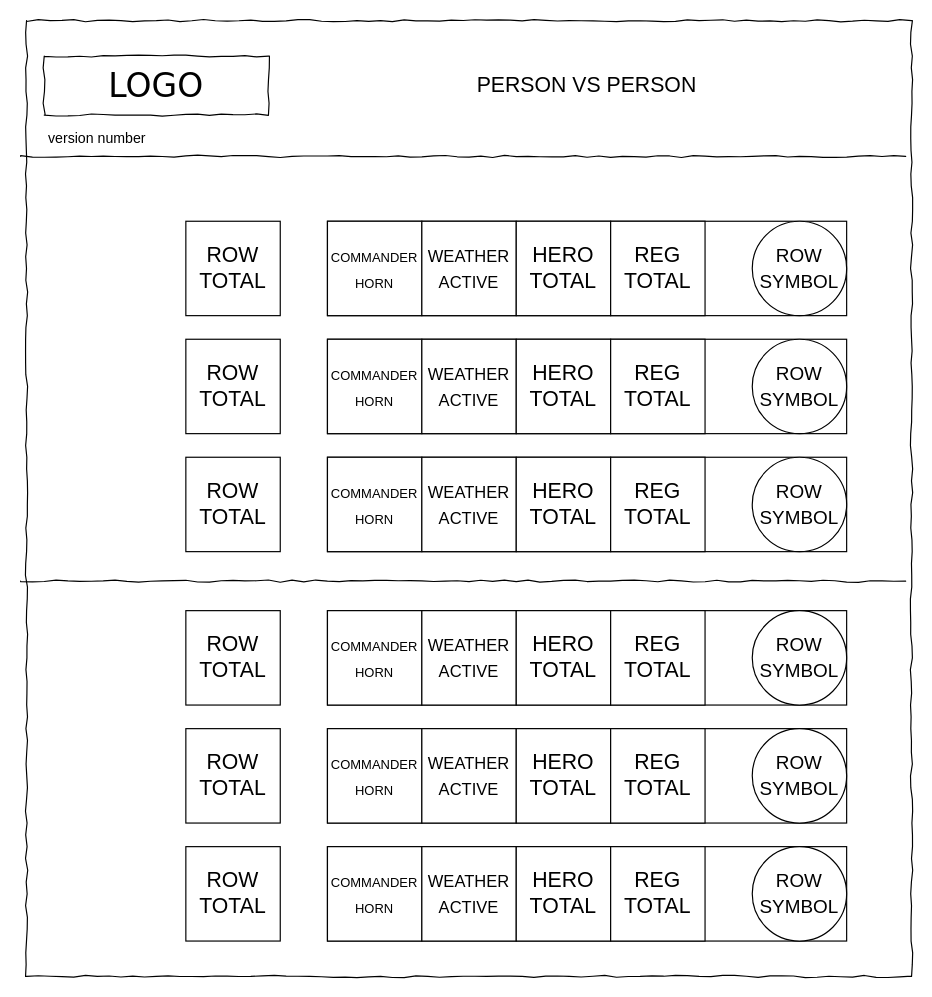
This is MainPageWireframe.drawio from josh-whitfield/GwentTracker, a draw.io file, before an edit. Source tidied: cells renumbered, new cells numbered last; positions are measured from the earlier drawing's top-left corner, leaving out a move shared by most shapes. Both pictures are drawn from the tidied source at 118%, with x=0, y=0 at pixel (20, 20).
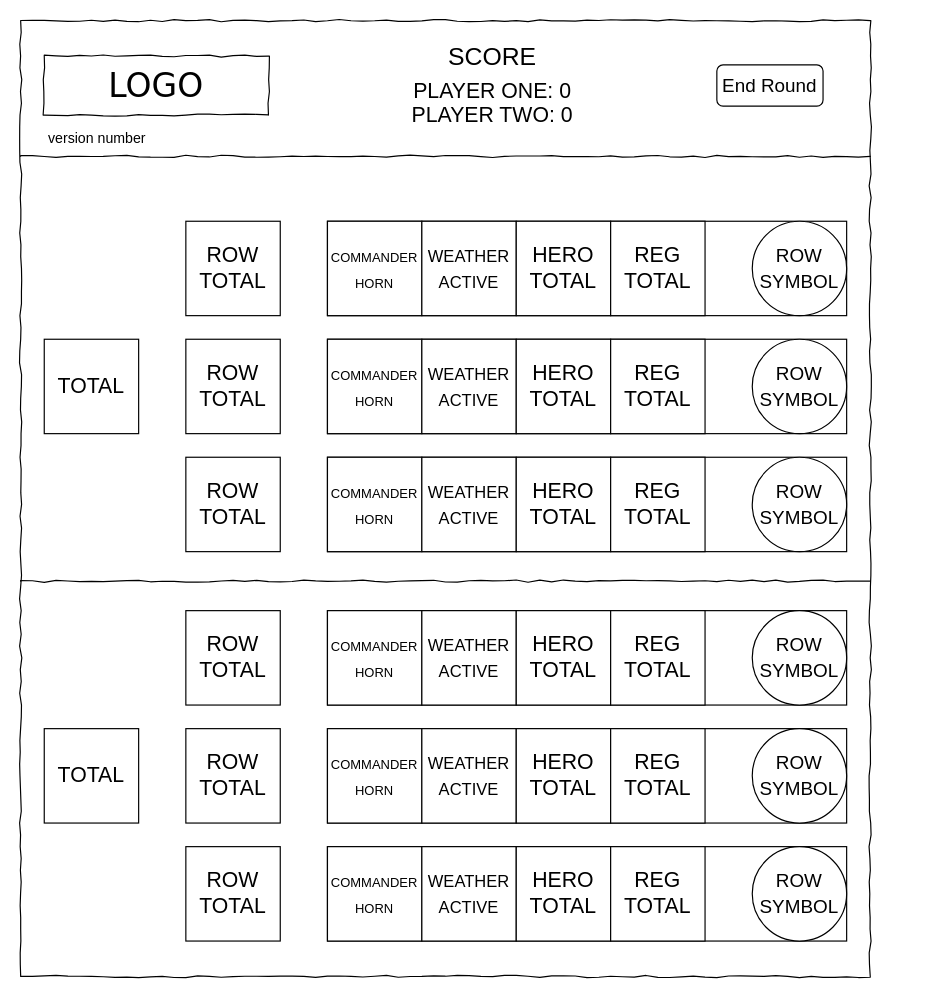
Above is the later version.

The edit, as a diff of the source:
```diff
@@
     <mxCell id="2" style="whiteSpace=wrap;html=1;rounded=0;shadow=0;labelBackgroundColor=none;strokeColor=#000000;strokeWidth=1;fillColor=none;fontFamily=Verdana;fontSize=12;fontColor=#000000;align=center;comic=1;" parent="1" vertex="1">
-      <mxGeometry x="5" width="750" height="810" as="geometry" />
+      <mxGeometry width="720" height="810" as="geometry" />
     </mxCell>
@@
     <mxCell id="4" style="line;strokeWidth=1;html=1;rounded=0;shadow=0;labelBackgroundColor=none;fillColor=none;fontFamily=Verdana;fontSize=14;fontColor=#000000;align=center;comic=1;" parent="1" vertex="1">
-      <mxGeometry y="110" width="750" height="10" as="geometry" />
+      <mxGeometry y="110" width="720" height="10" as="geometry" />
     </mxCell>
@@
-    <mxCell id="6" value="PERSON VS PERSON" style="text;html=1;strokeColor=none;fillColor=none;align=center;verticalAlign=middle;whiteSpace=wrap;rounded=0;fontSize=18;" parent="1" vertex="1">
-      <mxGeometry x="270" y="45" width="420" height="20" as="geometry" />
-    </mxCell>
@@
     <mxCell id="49" style="line;strokeWidth=1;html=1;rounded=0;shadow=0;labelBackgroundColor=none;fillColor=none;fontFamily=Verdana;fontSize=14;fontColor=#000000;align=center;comic=1;" parent="1" vertex="1">
-      <mxGeometry y="470" width="750" height="10" as="geometry" />
+      <mxGeometry y="470" width="720" height="10" as="geometry" />
     </mxCell>
+    <mxCell id="50" value="TOTAL" style="whiteSpace=wrap;html=1;fontSize=18;" parent="1" vertex="1">
+      <mxGeometry x="20" y="270" width="80" height="80" as="geometry" />
+    </mxCell>
+    <mxCell id="51" value="TOTAL" style="whiteSpace=wrap;html=1;fontSize=18;" parent="1" vertex="1">
+      <mxGeometry x="20" y="600" width="80" height="80" as="geometry" />
+    </mxCell>
+    <mxCell id="52" value="&lt;font style=&quot;font-size: 16px&quot;&gt;End Round&lt;/font&gt;" style="rounded=1;whiteSpace=wrap;html=1;fontSize=18;" parent="1" vertex="1">
+      <mxGeometry x="590" y="37.5" width="90" height="35" as="geometry" />
+    </mxCell>
+    <mxCell id="53" value="&lt;font style=&quot;font-size: 21px&quot;&gt;SCORE&lt;/font&gt;" style="text;html=1;strokeColor=none;fillColor=none;align=center;verticalAlign=middle;whiteSpace=wrap;rounded=0;fontSize=18;" parent="1" vertex="1">
+      <mxGeometry x="380" y="20" width="40" height="20" as="geometry" />
+    </mxCell>
+    <mxCell id="54" value="PLAYER ONE: 0" style="text;html=1;strokeColor=none;fillColor=none;align=center;verticalAlign=middle;whiteSpace=wrap;rounded=0;fontSize=18;" parent="1" vertex="1">
+      <mxGeometry x="330" y="50" width="140" height="20" as="geometry" />
+    </mxCell>
+    <mxCell id="55" value="PLAYER TWO: 0" style="text;html=1;strokeColor=none;fillColor=none;align=center;verticalAlign=middle;whiteSpace=wrap;rounded=0;fontSize=18;" parent="1" vertex="1">
+      <mxGeometry x="330" y="70" width="140" height="20" as="geometry" />
+    </mxCell>
```
